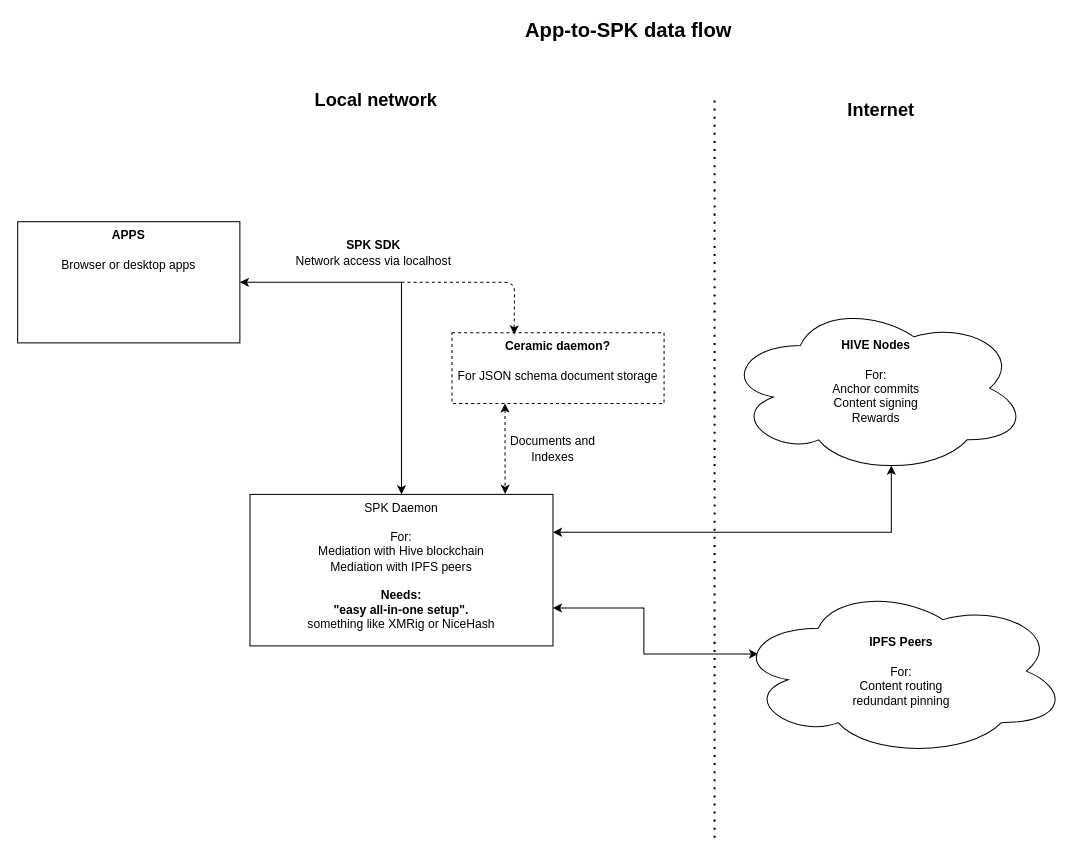
Above: spk-network-interop/diagrams/SPK network interop.drawio in WorldGraph/worldgraph-design (draw.io), before the change. Source tidied: cells renumbered, new cells numbered last; positions are measured from the earlier drawing's top-left corner, leaving out a move shared by most shapes. Both pictures are drawn from the tidied source at 101%, with x=0, y=0 at pixel (17, 19).
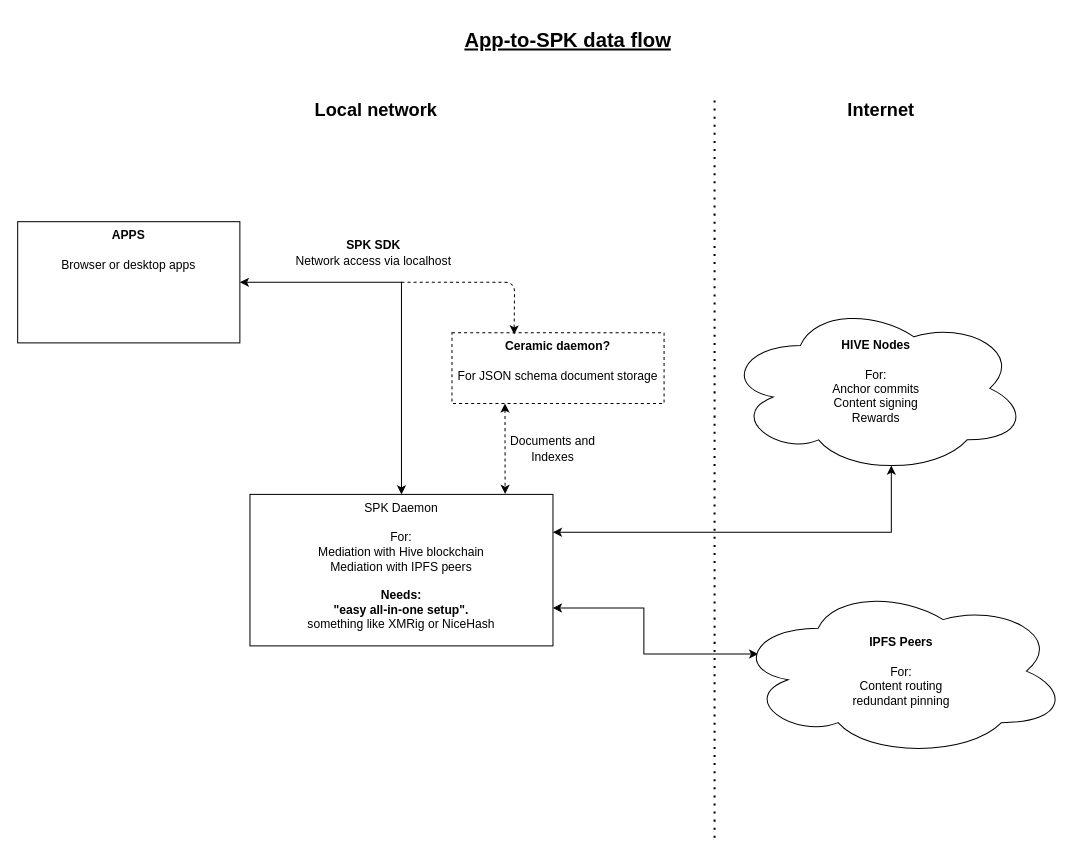
The same page after the edit.

Commit message (it also covers changes not shown here):
update: spk diagram

Diff of the diagram source:
```diff
@@
-    <mxCell id="15" value="App-to-SPK data flow" style="text;html=1;strokeColor=none;fillColor=none;align=center;verticalAlign=middle;whiteSpace=wrap;rounded=0;dashed=1;fontStyle=1;fontSize=20;" parent="1" vertex="1">
-      <mxGeometry x="420" width="370" height="20" as="geometry" />
+    <mxCell id="15" value="App-to-SPK data flow" style="text;html=1;strokeColor=none;fillColor=none;align=center;verticalAlign=middle;whiteSpace=wrap;rounded=0;dashed=1;fontStyle=5;fontSize=20;" parent="1" vertex="1">
+      <mxGeometry x="360" y="10" width="370" height="20" as="geometry" />
     </mxCell>
     <mxCell id="16" value="Local network" style="text;html=1;strokeColor=none;fillColor=none;align=center;verticalAlign=middle;whiteSpace=wrap;rounded=0;dashed=1;fontSize=18;fontStyle=1;" parent="1" vertex="1">
-      <mxGeometry x="250" y="70" width="210" height="20" as="geometry" />
+      <mxGeometry x="250" y="80" width="210" height="20" as="geometry" />
     </mxCell>
```
